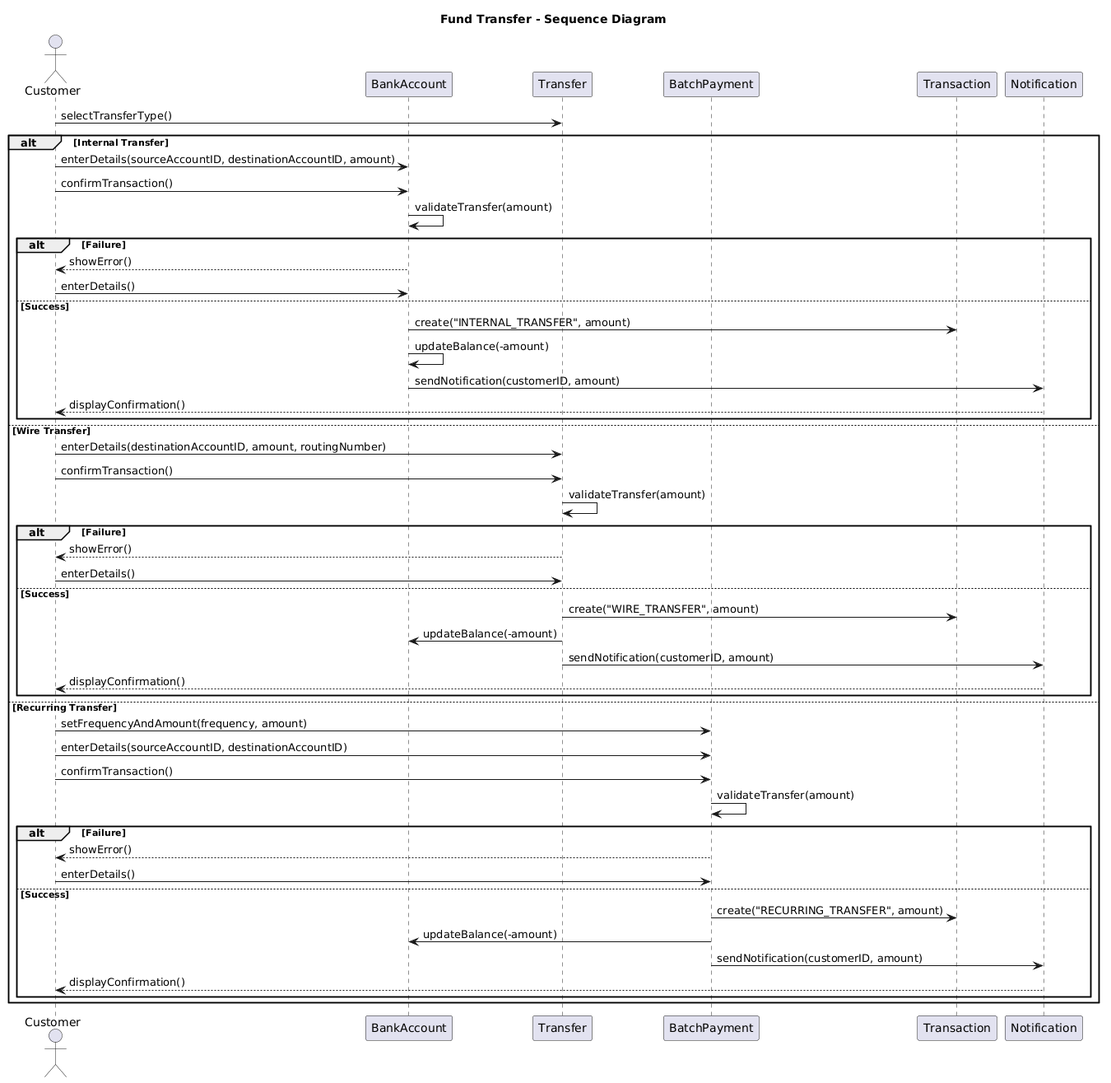
erindkotobelli12/BankManagementSystem keeps this PlantUML diagram as Diagrams/Sequence Diagrams/BS_TM_03.png. Above is the earlier version.
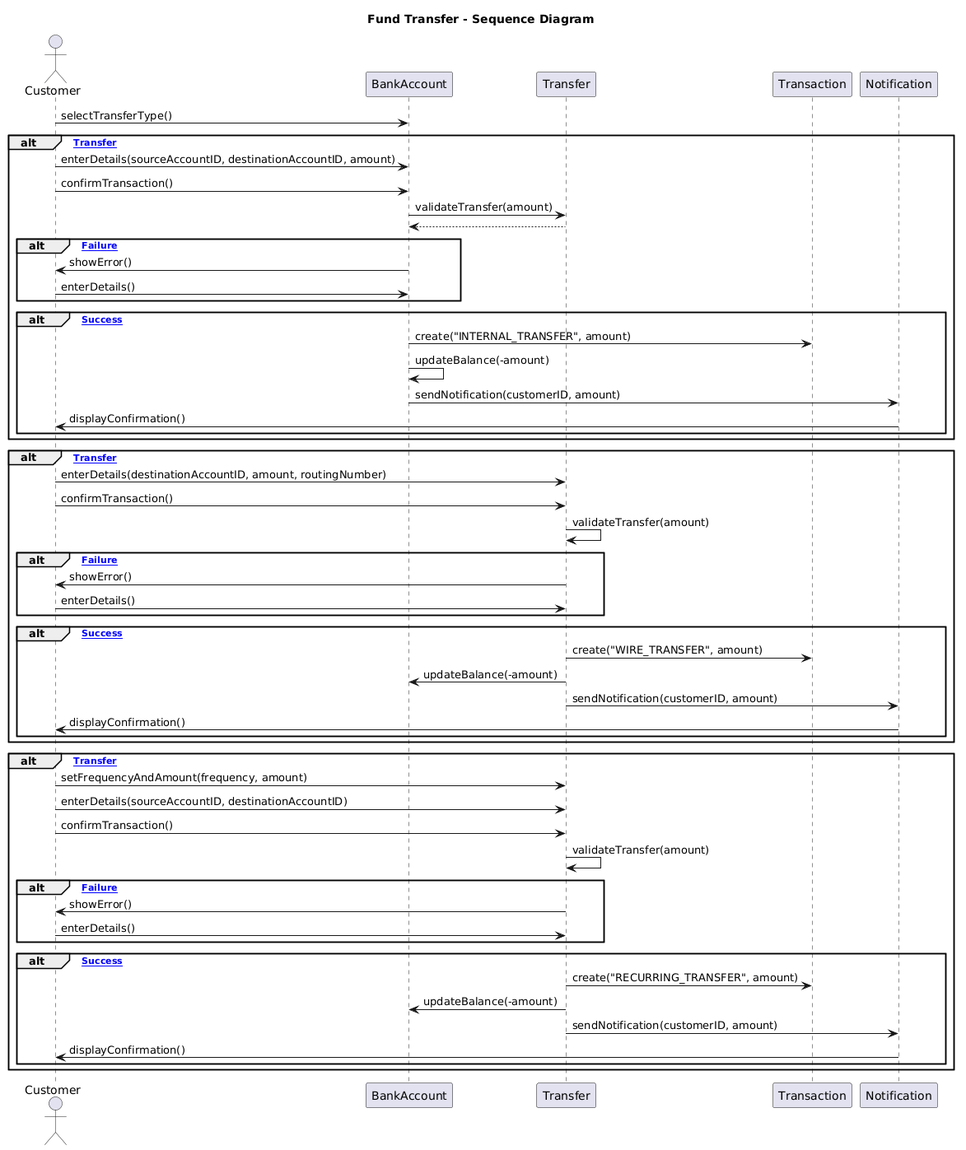
After the commit.

What changed in the source:
```diff
@@ -4,53 +4,64 @@
 actor Customer
 participant "BankAccount" as BA
 participant "Transfer" as TR
-participant "BatchPayment" as BP
 participant "Transaction" as T
 participant "Notification" as N
 
-Customer -> TR : selectTransferType()
+Customer -> BA : selectTransferType()
 
-alt Internal Transfer
+alt [Internal Transfer]
     Customer -> BA : enterDetails(sourceAccountID, destinationAccountID, amount)
     Customer -> BA : confirmTransaction()
-    BA -> BA : validateTransfer(amount)
-    alt Failure
-        BA --> Customer : showError()
+    BA -> TR : validateTransfer(amount)
+    TR --> BA
+
+    alt [Failure]
+        BA -> Customer : showError()
         Customer -> BA : enterDetails()
-    else Success
+    end
+
+    alt [Success]
         BA -> T : create("INTERNAL_TRANSFER", amount)
         BA -> BA : updateBalance(-amount)
         BA -> N : sendNotification(customerID, amount)
-        N --> Customer : displayConfirmation()
+        N -> Customer : displayConfirmation()
     end
+end
 
-else Wire Transfer
+alt [Wire Transfer]
     Customer -> TR : enterDetails(destinationAccountID, amount, routingNumber)
     Customer -> TR : confirmTransaction()
     TR -> TR : validateTransfer(amount)
-    alt Failure
-        TR --> Customer : showError()
+
+    alt [Failure]
+        TR -> Customer : showError()
         Customer -> TR : enterDetails()
-    else Success
+    end
+
+    alt [Success]
         TR -> T : create("WIRE_TRANSFER", amount)
         TR -> BA : updateBalance(-amount)
         TR -> N : sendNotification(customerID, amount)
-        N --> Customer : displayConfirmation()
+        N -> Customer : displayConfirmation()
+    end
+end
+
+alt [Recurring Transfer]
+    Customer -> TR : setFrequencyAndAmount(frequency, amount)
+    Customer -> TR : enterDetails(sourceAccountID, destinationAccountID)
+    Customer -> TR : confirmTransaction()
+    TR -> TR : validateTransfer(amount)
+
+    alt [Failure]
+        TR -> Customer : showError()
+        Customer -> TR : enterDetails()
     end
 
-else Recurring Transfer
-    Customer -> BP : setFrequencyAndAmount(frequency, amount)
-    Customer -> BP : enterDetails(sourceAccountID, destinationAccountID)
-    Customer -> BP : confirmTransaction()
-    BP -> BP : validateTransfer(amount)
-    alt Failure
-        BP --> Customer : showError()
-        Customer -> BP : enterDetails()
-    else Success
-        BP -> T : create("RECURRING_TRANSFER", amount)
-        BP -> BA : updateBalance(-amount)
-        BP -> N : sendNotification(customerID, amount)
-        N --> Customer : displayConfirmation()
+    alt [Success]
+        TR -> T : create("RECURRING_TRANSFER", amount)
+        TR -> BA : updateBalance(-amount)
+        TR -> N : sendNotification(customerID, amount)
+        N -> Customer : displayConfirmation()
     end
 end
 @enduml
```
